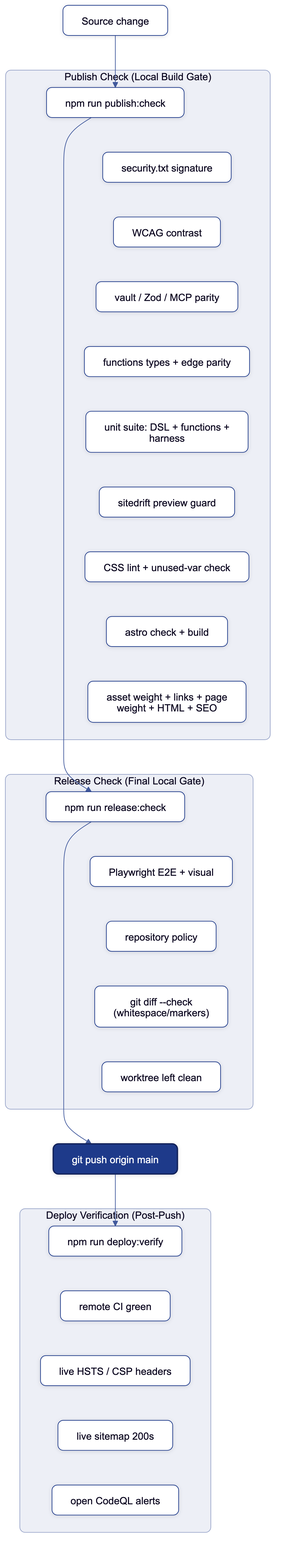
Earlier version of the Mermaid export docs/diagrams/gate-ladder.png (joeseverino/jseverino.com). Its source is kept beside it as docs/diagrams/gate-ladder.mmd.
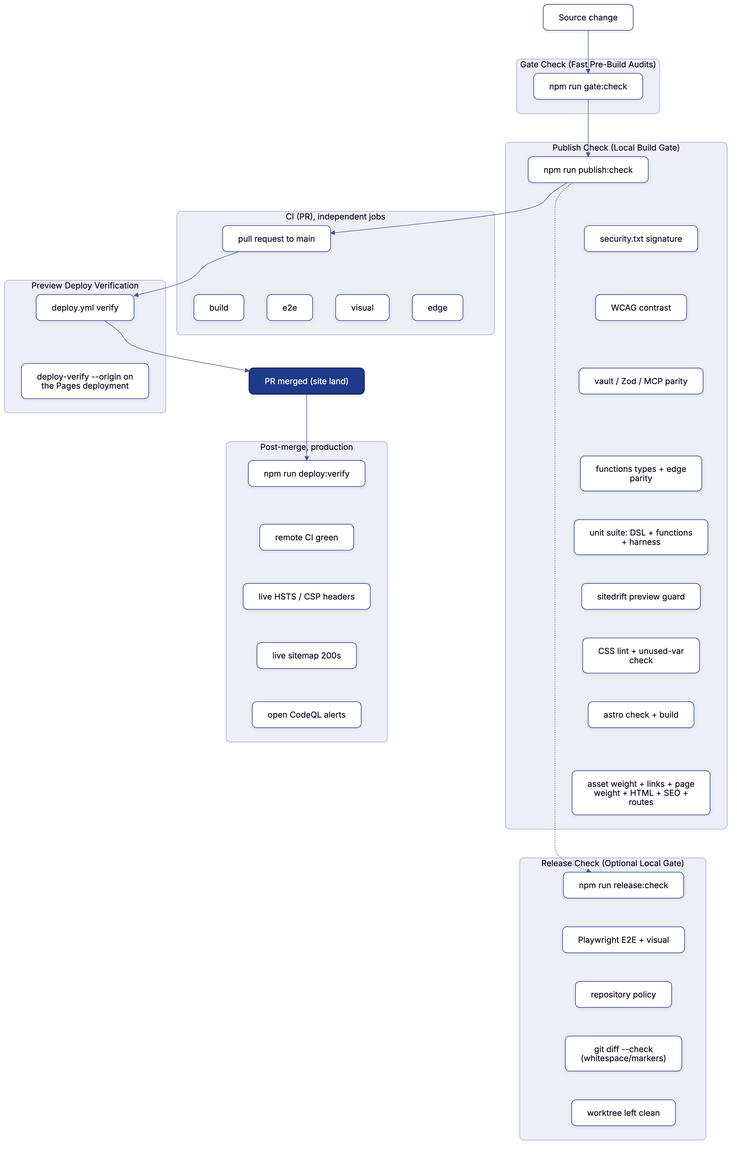
After the change.

The edit, as a diff of the source:
```diff
@@ -1,9 +1,16 @@
 %%{init: { "htmlLabels": false } }%%
 flowchart TB
-    A["Source change"] --> B
-    B --> C
-    C --> D["git push origin main"]
+    A["Source change"] --> G0
+    G0 --> B
+    B --> CI0
+    B -.-> C
+    CI0 --> P
+    P --> D["PR merged (site land)"]
     D --> E
+
+    subgraph fast ["Gate Check (Fast Pre-Build Audits)"]
+        G0["npm run gate:check"]
+    end
 
     subgraph publish ["Publish Check (Local Build Gate)"]
         B["npm run publish:check"]
@@ -15,10 +22,10 @@
         B4["sitedrift preview guard"]
         B5["CSS lint + unused-var check"]
         B6["astro check + build"]
-        B7["asset weight + links + page weight + HTML + SEO"]
+        B7["asset weight + links + page weight + HTML + SEO + routes"]
     end
 
-    subgraph release ["Release Check (Final Local Gate)"]
+    subgraph release ["Release Check (Optional Local Gate)"]
         C["npm run release:check"]
         C1["Playwright E2E + visual"]
         C2["repository policy"]
@@ -26,7 +33,20 @@
         C4["worktree left clean"]
     end
 
-    subgraph deploy ["Deploy Verification (Post-Push)"]
+    subgraph ci ["CI (PR), independent jobs"]
+        CI0["pull request to main"]
+        CI1["build"]
+        CI2["e2e"]
+        CI3["visual"]
+        CI4["edge"]
+    end
+
+    subgraph preview ["Preview Deploy Verification"]
+        P["deploy.yml verify"]
+        P1["deploy-verify --origin on the Pages deployment"]
+    end
+
+    subgraph deploy ["Post-merge, production"]
         E["npm run deploy:verify"]
         E1["remote CI green"]
         E2["live HSTS / CSP headers"]
@@ -37,7 +57,11 @@
     B ~~~ B1 ~~~ B2 ~~~ B3 ~~~ B9 ~~~ B8 ~~~ B4 ~~~ B5 ~~~ B6 ~~~ B7
     B7 ~~~ C
     C ~~~ C1 ~~~ C2 ~~~ C3 ~~~ C4
-    C4 ~~~ D
+    CI0 ~~~ CI1
+    CI0 ~~~ CI2
+    CI0 ~~~ CI3
+    CI0 ~~~ CI4
+    P ~~~ P1
     E ~~~ E1 ~~~ E2 ~~~ E3 ~~~ E4
 
     classDef anchor stroke-width:2px;
```
